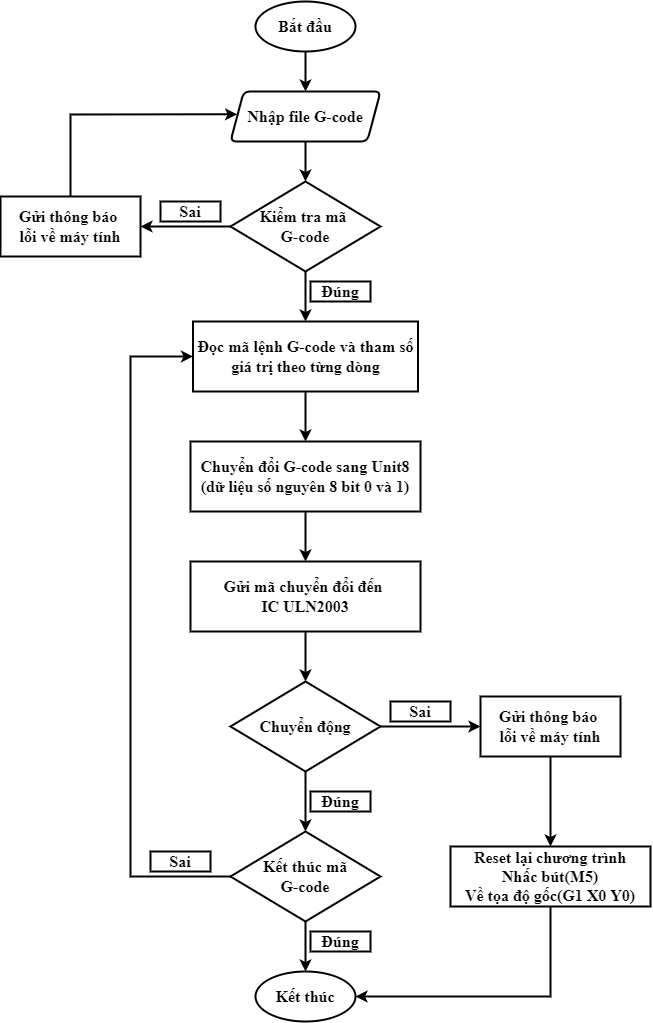
phamhiep2506/TinyCNC_Plotter keeps this draw.io diagram as doc/Lưu đồ quy trình thực thi mã G.drawio.png. Above is the earlier version. Source tidied: cells renumbered, new cells last; positions are measured from the earlier drawing's top-left corner, leaving out a move shared by most shapes.
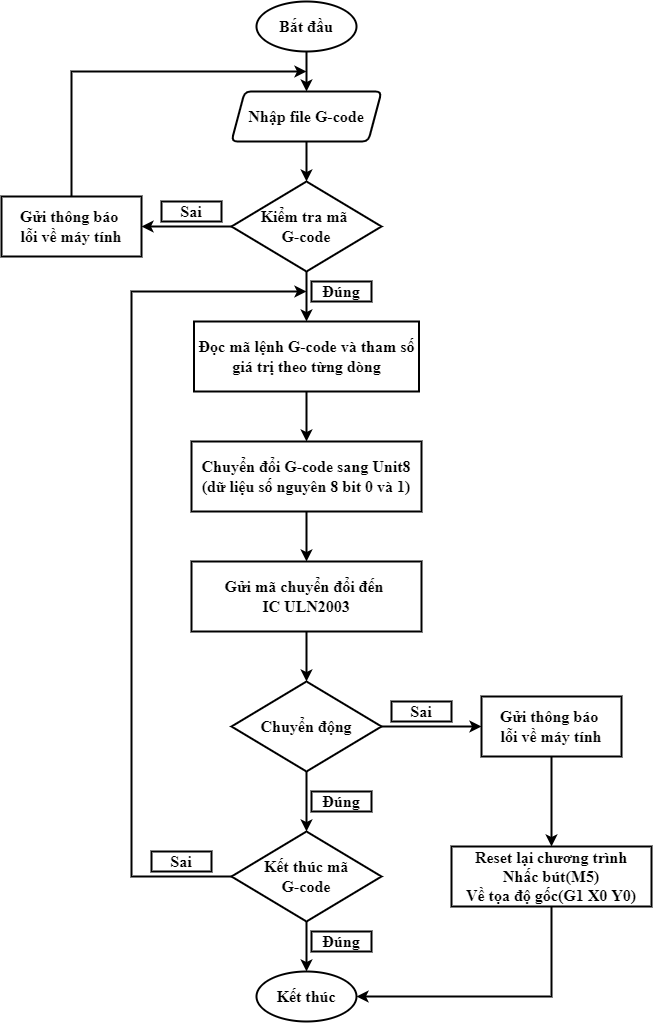
The same file after the commit.

Diff of the diagram source:
```diff
@@ -29,10 +29,11 @@
     <mxCell id="10" style="endArrow=classic;html=1;rounded=0;fontFamily=Times New Roman;fontSize=16;strokeWidth=2;exitX=0;exitY=0.5;exitDx=0;exitDy=0;entryX=1;entryY=0.5;entryDx=0;entryDy=0;" parent="1" edge="1" source="6" target="9">
       <mxGeometry relative="1" as="geometry" />
     </mxCell>
-    <mxCell id="11" style="endArrow=classic;html=1;rounded=0;fontFamily=Times New Roman;fontSize=16;strokeWidth=2;exitX=0.5;exitY=0;exitDx=0;exitDy=0;entryX=0.044;entryY=0.456;entryDx=0;entryDy=0;entryPerimeter=0;" parent="1" edge="1" source="9" target="3">
+    <mxCell id="11" style="endArrow=classic;html=1;rounded=0;fontFamily=Times New Roman;fontSize=16;strokeWidth=2;exitX=0.5;exitY=0;exitDx=0;exitDy=0;" parent="1" edge="1" source="9">
       <mxGeometry relative="1" as="geometry">
+        <mxPoint x="305" y="70" as="targetPoint" />
         <Array as="points">
-          <mxPoint x="70" y="113" />
+          <mxPoint x="70" y="70" />
         </Array>
       </mxGeometry>
     </mxCell>
@@ -81,11 +82,12 @@
     <mxCell id="26" value="&lt;b&gt;Sai&lt;/b&gt;" style="rounded=0;whiteSpace=wrap;html=1;fontFamily=Times New Roman;fontSize=16;strokeWidth=2;" parent="1" vertex="1">
       <mxGeometry x="150" y="850" width="60" height="20" as="geometry" />
     </mxCell>
-    <mxCell id="27" style="endArrow=classic;html=1;rounded=0;fontSize=16;strokeWidth=2;exitX=0;exitY=0.5;exitDx=0;exitDy=0;entryX=0;entryY=0.5;entryDx=0;entryDy=0;" parent="1" edge="1" source="23" target="4">
+    <mxCell id="27" style="endArrow=classic;html=1;rounded=0;fontSize=16;strokeWidth=2;exitX=0;exitY=0.5;exitDx=0;exitDy=0;" parent="1" edge="1" source="23">
       <mxGeometry relative="1" as="geometry">
+        <mxPoint x="305" y="290" as="targetPoint" />
         <Array as="points">
           <mxPoint x="130" y="875" />
-          <mxPoint x="130" y="355" />
+          <mxPoint x="130" y="290" />
         </Array>
       </mxGeometry>
     </mxCell>
```
